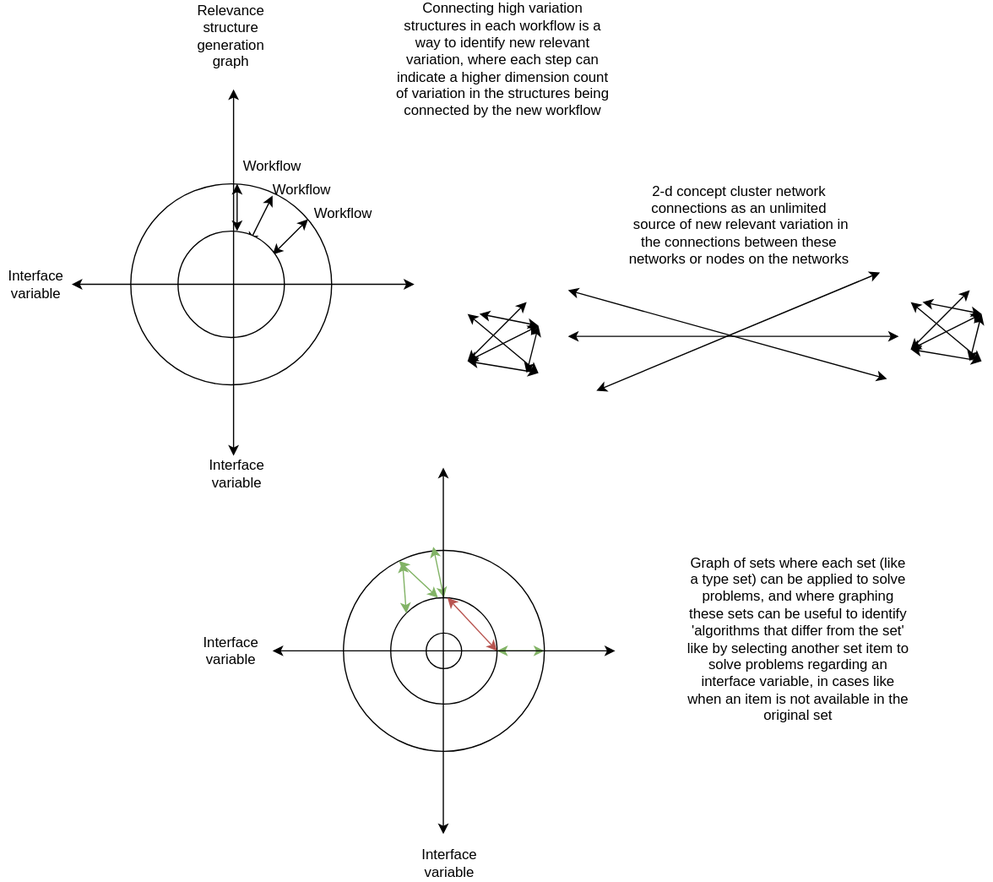
Earlier version of the draw.io export docs/objects/relevant_variation_sources.drawio.svg (outdreamer/build-a-cure). Source tidied: cells renumbered, new cells last; positions are measured from the earlier drawing's top-left corner, leaving out a move shared by most shapes. The source it was exported from:
```xml
<mxGraphModel>
  <root>
    <mxCell id="0" />
    <mxCell id="1" parent="0" />
    <mxCell id="2" style="ellipse;whiteSpace=wrap;html=1;" parent="1" vertex="1">
      <mxGeometry x="110" y="140" width="170" height="170" as="geometry" />
    </mxCell>
    <mxCell id="3" style="endArrow=classic;startArrow=classic;html=1;rounded=0;" parent="1" edge="1">
      <mxGeometry relative="1" as="geometry">
        <mxPoint x="200" y="180" as="sourcePoint" />
        <mxPoint x="200" y="140" as="targetPoint" />
      </mxGeometry>
    </mxCell>
    <mxCell id="4" style="endArrow=classic;startArrow=classic;html=1;rounded=0;" parent="1" edge="1">
      <mxGeometry relative="1" as="geometry">
        <mxPoint x="210" y="190" as="sourcePoint" />
        <mxPoint x="230" y="150" as="targetPoint" />
      </mxGeometry>
    </mxCell>
    <mxCell id="5" style="endArrow=classic;startArrow=classic;html=1;rounded=0;" parent="1" edge="1">
      <mxGeometry relative="1" as="geometry">
        <mxPoint x="230" y="200" as="sourcePoint" />
        <mxPoint x="260" y="170" as="targetPoint" />
      </mxGeometry>
    </mxCell>
    <mxCell id="6" style="ellipse;whiteSpace=wrap;html=1;" parent="1" vertex="1">
      <mxGeometry x="150" y="180" width="90" height="90" as="geometry" />
    </mxCell>
    <mxCell id="7" style="endArrow=classic;startArrow=classic;html=1;rounded=0;" parent="1" edge="1">
      <mxGeometry relative="1" as="geometry">
        <mxPoint x="197" y="370" as="sourcePoint" />
        <mxPoint x="197" y="60" as="targetPoint" />
      </mxGeometry>
    </mxCell>
    <mxCell id="8" style="endArrow=classic;startArrow=classic;html=1;rounded=0;" parent="1" edge="1">
      <mxGeometry relative="1" as="geometry">
        <mxPoint x="60" y="225" as="sourcePoint" />
        <mxPoint x="350" y="225" as="targetPoint" />
      </mxGeometry>
    </mxCell>
    <mxCell id="9" style="endArrow=classic;startArrow=classic;html=1;rounded=0;" parent="1" edge="1">
      <mxGeometry relative="1" as="geometry">
        <mxPoint x="480" y="230" as="sourcePoint" />
        <mxPoint x="750" y="305" as="targetPoint" />
      </mxGeometry>
    </mxCell>
    <mxCell id="10" style="endArrow=classic;startArrow=classic;html=1;rounded=0;" parent="1" edge="1">
      <mxGeometry relative="1" as="geometry">
        <mxPoint x="480" y="269" as="sourcePoint" />
        <mxPoint x="760" y="269" as="targetPoint" />
      </mxGeometry>
    </mxCell>
    <mxCell id="11" style="endArrow=classic;startArrow=classic;html=1;rounded=0;" parent="1" edge="1">
      <mxGeometry relative="1" as="geometry">
        <mxPoint x="504" y="315" as="sourcePoint" />
        <mxPoint x="744" y="215" as="targetPoint" />
      </mxGeometry>
    </mxCell>
    <mxCell id="12" style="ellipse;whiteSpace=wrap;html=1;" parent="1" vertex="1">
      <mxGeometry x="290" y="450" width="170" height="170" as="geometry" />
    </mxCell>
    <mxCell id="13" style="endArrow=classic;startArrow=classic;html=1;rounded=0;entryX=0.447;entryY=-0.018;entryDx=0;entryDy=0;entryPerimeter=0;exitX=0.5;exitY=0;exitDx=0;exitDy=0;fillColor=#d5e8d4;strokeColor=#82b366;" parent="1" edge="1" source="14" target="12">
      <mxGeometry relative="1" as="geometry" />
    </mxCell>
    <mxCell id="14" style="ellipse;whiteSpace=wrap;html=1;" parent="1" vertex="1">
      <mxGeometry x="330" y="490" width="90" height="90" as="geometry" />
    </mxCell>
    <mxCell id="15" style="ellipse;whiteSpace=wrap;html=1;" parent="1" vertex="1">
      <mxGeometry x="360" y="520" width="30" height="30" as="geometry" />
    </mxCell>
    <mxCell id="16" style="endArrow=classic;startArrow=classic;html=1;rounded=0;entryX=0.5;entryY=0;entryDx=0;entryDy=0;exitX=1;exitY=0.5;exitDx=0;exitDy=0;fillColor=#f8cecc;strokeColor=#b85450;" parent="1" edge="1" source="14">
      <mxGeometry relative="1" as="geometry">
        <mxPoint x="378" y="490" as="targetPoint" />
      </mxGeometry>
    </mxCell>
    <mxCell id="17" style="endArrow=classic;startArrow=classic;html=1;rounded=0;exitX=1;exitY=0.5;exitDx=0;exitDy=0;entryX=1;entryY=0.5;entryDx=0;entryDy=0;fillColor=#d5e8d4;strokeColor=#82b366;" parent="1" edge="1" source="14" target="12">
      <mxGeometry relative="1" as="geometry" />
    </mxCell>
    <mxCell id="18" style="endArrow=classic;startArrow=classic;html=1;rounded=0;" parent="1" edge="1">
      <mxGeometry relative="1" as="geometry">
        <mxPoint x="374.5" y="690" as="sourcePoint" />
        <mxPoint x="374.5" y="380" as="targetPoint" />
      </mxGeometry>
    </mxCell>
    <mxCell id="19" style="endArrow=classic;startArrow=classic;html=1;rounded=0;" parent="1" edge="1">
      <mxGeometry relative="1" as="geometry">
        <mxPoint x="230" y="535" as="sourcePoint" />
        <mxPoint x="520" y="535" as="targetPoint" />
      </mxGeometry>
    </mxCell>
    <mxCell id="20" value="Relevance structure generation graph" style="text;html=1;strokeColor=none;fillColor=none;align=center;verticalAlign=middle;whiteSpace=wrap;rounded=0;" parent="1" vertex="1">
      <mxGeometry x="165" width="60" height="30" as="geometry" />
    </mxCell>
    <mxCell id="21" value="Connecting high variation structures in each workflow is a way to identify new relevant variation, where each step can indicate a higher dimension count of variation in the structures&amp;nbsp;being connected by the new workflow&lt;span style=&quot;color: rgba(0 , 0 , 0 , 0) ; font-family: monospace ; font-size: 0px&quot;&gt;%3CmxGraphModel%3E%3Croot%3E%3CmxCell%20id%3D%220%22%2F%3E%3CmxCell%20id%3D%221%22%20parent%3D%220%22%2F%3E%3CmxCell%20id%3D%222%22%20value%3D%22Relevance%20structure%20generation%20graph%22%20style%3D%22text%3Bhtml%3D1%3BstrokeColor%3Dnone%3BfillColor%3Dnone%3Balign%3Dcenter%3BverticalAlign%3Dmiddle%3BwhiteSpace%3Dwrap%3Brounded%3D0%3B%22%20vertex%3D%221%22%20parent%3D%221%22%3E%3CmxGeometry%20x%3D%22105%22%20y%3D%22-10%22%20width%3D%2260%22%20height%3D%2230%22%20as%3D%22geometry%22%2F%3E%3C%2FmxCell%3E%3C%2Froot%3E%3C%2FmxGraphModel%3E,&lt;/span&gt;" style="text;html=1;strokeColor=none;fillColor=none;align=center;verticalAlign=middle;whiteSpace=wrap;rounded=0;" parent="1" vertex="1">
      <mxGeometry x="330" y="20" width="190" height="30" as="geometry" />
    </mxCell>
    <mxCell id="22" value="Workflow" style="text;html=1;strokeColor=none;fillColor=none;align=center;verticalAlign=middle;whiteSpace=wrap;rounded=0;" parent="1" vertex="1">
      <mxGeometry x="260" y="150" width="60" height="30" as="geometry" />
    </mxCell>
    <mxCell id="23" value="Workflow" style="text;html=1;strokeColor=none;fillColor=none;align=center;verticalAlign=middle;whiteSpace=wrap;rounded=0;" parent="1" vertex="1">
      <mxGeometry x="225" y="130" width="60" height="30" as="geometry" />
    </mxCell>
    <mxCell id="24" value="Workflow" style="text;html=1;strokeColor=none;fillColor=none;align=center;verticalAlign=middle;whiteSpace=wrap;rounded=0;" parent="1" vertex="1">
      <mxGeometry x="200" y="110" width="60" height="30" as="geometry" />
    </mxCell>
    <mxCell id="25" style="endArrow=classic;startArrow=classic;html=1;rounded=0;" parent="1" edge="1">
      <mxGeometry relative="1" as="geometry">
        <mxPoint x="770" y="280" as="sourcePoint" />
        <mxPoint x="820" y="230" as="targetPoint" />
      </mxGeometry>
    </mxCell>
    <mxCell id="26" style="endArrow=classic;startArrow=classic;html=1;rounded=0;" parent="1" edge="1">
      <mxGeometry relative="1" as="geometry">
        <mxPoint x="770" y="240" as="sourcePoint" />
        <mxPoint x="830" y="290" as="targetPoint" />
      </mxGeometry>
    </mxCell>
    <mxCell id="27" style="endArrow=classic;startArrow=classic;html=1;rounded=0;" parent="1" edge="1">
      <mxGeometry relative="1" as="geometry">
        <mxPoint x="770" y="280" as="sourcePoint" />
        <mxPoint x="830" y="290" as="targetPoint" />
      </mxGeometry>
    </mxCell>
    <mxCell id="28" style="endArrow=classic;startArrow=classic;html=1;rounded=0;" parent="1" edge="1">
      <mxGeometry relative="1" as="geometry">
        <mxPoint x="820" y="290" as="sourcePoint" />
        <mxPoint x="830" y="250" as="targetPoint" />
      </mxGeometry>
    </mxCell>
    <mxCell id="29" style="endArrow=classic;startArrow=classic;html=1;rounded=0;" parent="1" edge="1">
      <mxGeometry relative="1" as="geometry">
        <mxPoint x="830" y="250" as="sourcePoint" />
        <mxPoint x="780" y="240" as="targetPoint" />
      </mxGeometry>
    </mxCell>
    <mxCell id="30" style="endArrow=classic;startArrow=classic;html=1;rounded=0;" parent="1" edge="1">
      <mxGeometry relative="1" as="geometry">
        <mxPoint x="830" y="250" as="sourcePoint" />
        <mxPoint x="770" y="280" as="targetPoint" />
      </mxGeometry>
    </mxCell>
    <mxCell id="31" style="endArrow=classic;startArrow=classic;html=1;rounded=0;" parent="1" edge="1">
      <mxGeometry relative="1" as="geometry">
        <mxPoint x="395" y="290" as="sourcePoint" />
        <mxPoint x="445" y="240" as="targetPoint" />
      </mxGeometry>
    </mxCell>
    <mxCell id="32" style="endArrow=classic;startArrow=classic;html=1;rounded=0;" parent="1" edge="1">
      <mxGeometry relative="1" as="geometry">
        <mxPoint x="395" y="250" as="sourcePoint" />
        <mxPoint x="455" y="300" as="targetPoint" />
      </mxGeometry>
    </mxCell>
    <mxCell id="33" style="endArrow=classic;startArrow=classic;html=1;rounded=0;" parent="1" edge="1">
      <mxGeometry relative="1" as="geometry">
        <mxPoint x="395" y="290" as="sourcePoint" />
        <mxPoint x="455" y="300" as="targetPoint" />
      </mxGeometry>
    </mxCell>
    <mxCell id="34" style="endArrow=classic;startArrow=classic;html=1;rounded=0;" parent="1" edge="1">
      <mxGeometry relative="1" as="geometry">
        <mxPoint x="445" y="300" as="sourcePoint" />
        <mxPoint x="455" y="260" as="targetPoint" />
      </mxGeometry>
    </mxCell>
    <mxCell id="35" style="endArrow=classic;startArrow=classic;html=1;rounded=0;" parent="1" edge="1">
      <mxGeometry relative="1" as="geometry">
        <mxPoint x="455" y="260" as="sourcePoint" />
        <mxPoint x="405" y="250" as="targetPoint" />
      </mxGeometry>
    </mxCell>
    <mxCell id="36" style="endArrow=classic;startArrow=classic;html=1;rounded=0;" parent="1" edge="1">
      <mxGeometry relative="1" as="geometry">
        <mxPoint x="455" y="260" as="sourcePoint" />
        <mxPoint x="395" y="290" as="targetPoint" />
      </mxGeometry>
    </mxCell>
    <mxCell id="37" value="2-d concept cluster network connections as an unlimited&lt;br&gt;&amp;nbsp;source of new relevant variation in the connections between these networks or nodes on the networks" style="text;html=1;strokeColor=none;fillColor=none;align=center;verticalAlign=middle;whiteSpace=wrap;rounded=0;" parent="1" vertex="1">
      <mxGeometry x="530" y="160" width="190" height="30" as="geometry" />
    </mxCell>
    <mxCell id="38" value="Graph of sets where each set (like a type set) can be applied to solve proble&lt;span style=&quot;color: rgba(0 , 0 , 0 , 0) ; font-family: monospace ; font-size: 0px&quot;&gt;%3CmxGraphModel%3E%3Croot%3E%3CmxCell%20id%3D%220%22%2F%3E%3CmxCell%20id%3D%221%22%20parent%3D%220%22%2F%3E%3CmxCell%20id%3D%222%22%20value%3D%222-d%20concept%20cluster%20network%20connections%20as%20an%20unlimited%26lt%3Bbr%26gt%3B%26amp%3Bnbsp%3Bsource%20of%20new%20relevant%20variation%20in%20the%20connections%20between%20these%20networks%20or%20nodes%20on%20the%20networks%22%20style%3D%22text%3Bhtml%3D1%3BstrokeColor%3Dnone%3BfillColor%3Dnone%3Balign%3Dcenter%3BverticalAlign%3Dmiddle%3BwhiteSpace%3Dwrap%3Brounded%3D0%3B%22%20vertex%3D%221%22%20parent%3D%221%22%3E%3CmxGeometry%20x%3D%22470%22%20y%3D%22150%22%20width%3D%22190%22%20height%3D%2230%22%20as%3D%22geometry%22%2F%3E%3C%2FmxCell%3E%3C%2Froot%3E%3C%2FmxGraphModel%3E&lt;/span&gt;ms, and where graphing these sets can be useful to identify 'algorithms that differ from the set' like by selecting another set item to solve problems regarding&amp;nbsp;an interface variable, in cases like when an item is not available in the original set" style="text;html=1;strokeColor=none;fillColor=none;align=center;verticalAlign=middle;whiteSpace=wrap;rounded=0;" parent="1" vertex="1">
      <mxGeometry x="580" y="510" width="190" height="30" as="geometry" />
    </mxCell>
    <mxCell id="39" value="Interface variable" style="text;html=1;strokeColor=none;fillColor=none;align=center;verticalAlign=middle;whiteSpace=wrap;rounded=0;" parent="1" vertex="1">
      <mxGeometry x="170" y="370" width="60" height="30" as="geometry" />
    </mxCell>
    <mxCell id="40" value="Interface variable" style="text;html=1;strokeColor=none;fillColor=none;align=center;verticalAlign=middle;whiteSpace=wrap;rounded=0;" parent="1" vertex="1">
      <mxGeometry y="210" width="60" height="30" as="geometry" />
    </mxCell>
    <mxCell id="41" value="Interface variable" style="text;html=1;strokeColor=none;fillColor=none;align=center;verticalAlign=middle;whiteSpace=wrap;rounded=0;" parent="1" vertex="1">
      <mxGeometry x="165" y="520" width="60" height="30" as="geometry" />
    </mxCell>
    <mxCell id="42" value="Interface variable" style="text;html=1;strokeColor=none;fillColor=none;align=center;verticalAlign=middle;whiteSpace=wrap;rounded=0;" parent="1" vertex="1">
      <mxGeometry x="350" y="700" width="60" height="30" as="geometry" />
    </mxCell>
    <mxCell id="43" style="endArrow=classic;startArrow=classic;html=1;rounded=0;entryX=0.276;entryY=0.053;entryDx=0;entryDy=0;entryPerimeter=0;fillColor=#d5e8d4;strokeColor=#82b366;" parent="1" edge="1" target="12">
      <mxGeometry relative="1" as="geometry">
        <mxPoint x="370" y="490" as="sourcePoint" />
      </mxGeometry>
    </mxCell>
    <mxCell id="44" style="endArrow=classic;startArrow=classic;html=1;rounded=0;exitX=0;exitY=0;exitDx=0;exitDy=0;fillColor=#d5e8d4;strokeColor=#82b366;" parent="1" edge="1" source="14">
      <mxGeometry relative="1" as="geometry">
        <mxPoint x="340" y="460" as="targetPoint" />
      </mxGeometry>
    </mxCell>
  </root>
</mxGraphModel>
```
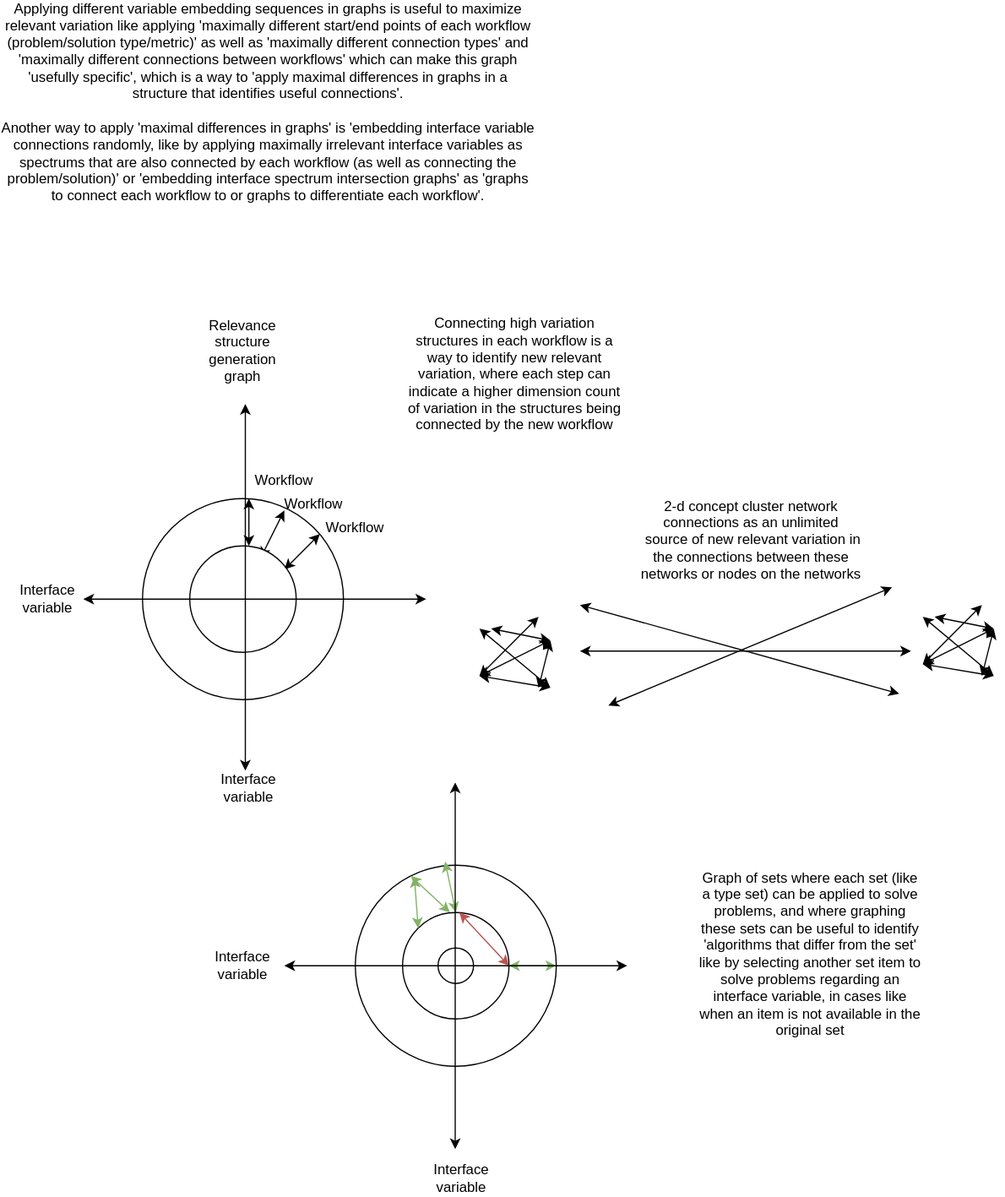
After the commit.

The edit, as a diff of the source:
```diff
@@ -203,5 +203,8 @@
         <mxPoint x="340" y="460" as="targetPoint" />
       </mxGeometry>
     </mxCell>
+    <mxCell id="45" value="Applying different variable embedding sequences in graphs is useful to maximize relevant variation like applying 'maximally different start/end points of each workflow (problem/solution type/metric)' as well as 'maximally different connection types' and 'maximally different connections between workflows' which can make this graph 'usefully specific', which is a way to 'apply maximal&amp;nbsp;differences in graphs in a structure that identifies useful connections'. &lt;br&gt;&lt;br&gt;Another way to apply 'maximal&amp;nbsp;differences&amp;nbsp;in graphs' is 'embedding interface variable connections randomly, like by applying maximally&amp;nbsp;irrelevant interface variables as spectrums&amp;nbsp;that are also connected by each workflow (as well as connecting the problem/solution)' or 'embedding interface spectrum&amp;nbsp;intersection graphs' as 'graphs to connect each workflow to or graphs to differentiate each workflow'." style="text;html=1;strokeColor=none;fillColor=none;align=center;verticalAlign=middle;whiteSpace=wrap;rounded=0;" parent="1" vertex="1">
+      <mxGeometry x="-10" y="-210" width="452.5" height="30" as="geometry" />
+    </mxCell>
   </root>
 </mxGraphModel>
```
